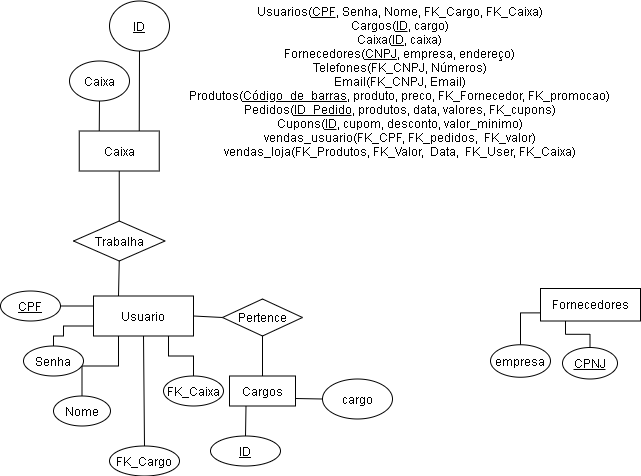
1NxT/Innovate-Market keeps this draw.io diagram as Innovate Market.png. Above is the earlier version. Source tidied: cells renumbered, new cells last; positions are measured from the earlier drawing's top-left corner, leaving out a move shared by most shapes.
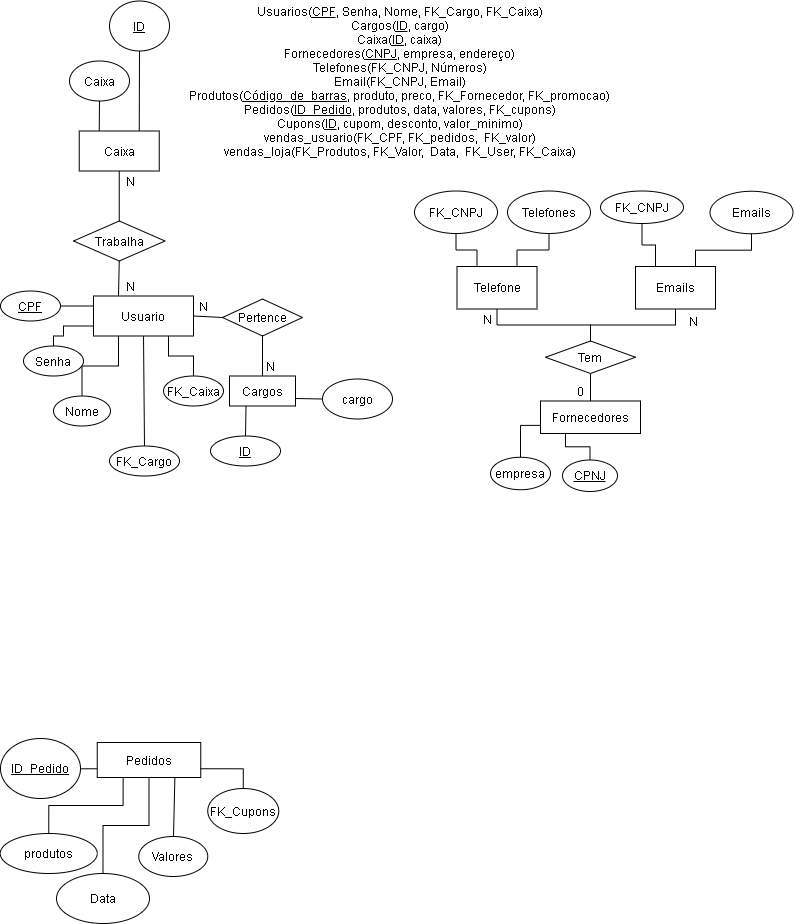
The same file after the commit.

Change to the diagram source:
```diff
@@ -97,19 +97,115 @@
       <mxGeometry x="109" y="0.5" width="60" height="50" as="geometry" />
     </mxCell>
     <mxCell id="30" value="Fornecedores" style="rounded=0;whiteSpace=wrap;html=1;sketch=0;" parent="1" vertex="1">
-      <mxGeometry x="540" y="288" width="100" height="32.5" as="geometry" />
+      <mxGeometry x="540" y="400.5" width="100" height="32.5" as="geometry" />
     </mxCell>
     <mxCell id="31" value="&lt;u&gt;CPNJ&lt;/u&gt;" style="ellipse;whiteSpace=wrap;html=1;rounded=0;sketch=0;" parent="1" vertex="1">
-      <mxGeometry x="562" y="347" width="55" height="31.5" as="geometry" />
+      <mxGeometry x="562" y="459.5" width="55" height="31.5" as="geometry" />
     </mxCell>
     <mxCell id="32" style="endArrow=none;html=1;exitX=0.25;exitY=1;exitDx=0;exitDy=0;entryX=0.5;entryY=0;entryDx=0;entryDy=0;edgeStyle=orthogonalEdgeStyle;rounded=0;" parent="1" edge="1" source="30" target="31">
       <mxGeometry relative="1" as="geometry" />
     </mxCell>
     <mxCell id="33" value="empresa" style="ellipse;whiteSpace=wrap;html=1;rounded=0;sketch=0;" parent="1" vertex="1">
-      <mxGeometry x="490" y="344.2" width="60" height="32.5" as="geometry" />
+      <mxGeometry x="490" y="456.8" width="60" height="32.5" as="geometry" />
     </mxCell>
     <mxCell id="34" style="endArrow=none;html=1;exitX=0.5;exitY=0;exitDx=0;exitDy=0;entryX=0;entryY=0.75;entryDx=0;entryDy=0;edgeStyle=orthogonalEdgeStyle;rounded=0;" parent="1" edge="1" source="33" target="30">
       <mxGeometry relative="1" as="geometry" />
     </mxCell>
+    <mxCell id="35" value="Tem" style="rhombus;whiteSpace=wrap;html=1;rounded=0;sketch=0;" parent="1" vertex="1">
+      <mxGeometry x="545" y="340.5" width="90" height="32.5" as="geometry" />
+    </mxCell>
+    <mxCell id="36" style="endArrow=none;html=1;exitX=0.5;exitY=0;exitDx=0;exitDy=0;entryX=0.5;entryY=1;entryDx=0;entryDy=0;edgeStyle=orthogonalEdgeStyle;rounded=0;" parent="1" edge="1" source="30" target="35">
+      <mxGeometry relative="1" as="geometry" />
+    </mxCell>
+    <mxCell id="37" value="Telefone" style="rounded=0;whiteSpace=wrap;html=1;sketch=0;" parent="1" vertex="1">
+      <mxGeometry x="456.5" y="266" width="80" height="42.5" as="geometry" />
+    </mxCell>
+    <mxCell id="38" style="endArrow=none;html=1;exitX=0.5;exitY=0;exitDx=0;exitDy=0;entryX=0.5;entryY=1;entryDx=0;entryDy=0;edgeStyle=orthogonalEdgeStyle;rounded=0;" parent="1" edge="1" source="35" target="37">
+      <mxGeometry relative="1" as="geometry" />
+    </mxCell>
+    <mxCell id="39" value="N" style="text;html=1;align=center;verticalAlign=middle;strokeColor=none;" parent="1" vertex="1">
+      <mxGeometry x="477" y="308.5" width="20" height="20" as="geometry" />
+    </mxCell>
+    <mxCell id="40" value="N" style="text;html=1;align=center;verticalAlign=middle;strokeColor=none;" parent="1" vertex="1">
+      <mxGeometry x="193" y="295.5" width="20" height="20" as="geometry" />
+    </mxCell>
+    <mxCell id="41" value="N" style="text;html=1;align=center;verticalAlign=middle;strokeColor=none;" parent="1" vertex="1">
+      <mxGeometry x="260" y="355.5" width="20" height="20" as="geometry" />
+    </mxCell>
+    <mxCell id="42" value="N" style="text;html=1;align=center;verticalAlign=middle;strokeColor=none;" parent="1" vertex="1">
+      <mxGeometry x="120" y="275.5" width="20" height="20" as="geometry" />
+    </mxCell>
+    <mxCell id="43" value="N" style="text;html=1;align=center;verticalAlign=middle;strokeColor=none;" parent="1" vertex="1">
+      <mxGeometry x="120" y="170.5" width="20" height="20" as="geometry" />
+    </mxCell>
+    <mxCell id="44" value="0" style="text;html=1;align=center;verticalAlign=middle;strokeColor=none;" parent="1" vertex="1">
+      <mxGeometry x="570" y="380.5" width="20" height="20" as="geometry" />
+    </mxCell>
+    <mxCell id="45" style="endArrow=none;html=1;exitX=0.25;exitY=0;exitDx=0;exitDy=0;edgeStyle=orthogonalEdgeStyle;rounded=0;entryX=0.5;entryY=1;entryDx=0;entryDy=0;" parent="1" edge="1" source="37" target="46">
+      <mxGeometry relative="1" as="geometry" />
+    </mxCell>
+    <mxCell id="46" value="FK_CNPJ" style="ellipse;whiteSpace=wrap;html=1;rounded=0;sketch=0;" parent="1" vertex="1">
+      <mxGeometry x="414" y="190.5" width="83" height="42.5" as="geometry" />
+    </mxCell>
+    <mxCell id="47" value="Telefones" style="ellipse;whiteSpace=wrap;html=1;rounded=0;sketch=0;" parent="1" vertex="1">
+      <mxGeometry x="507" y="190.5" width="83" height="42.5" as="geometry" />
+    </mxCell>
+    <mxCell id="48" style="endArrow=none;html=1;strokeColor=#000000;entryX=0.75;entryY=0;entryDx=0;entryDy=0;exitX=0.5;exitY=1;exitDx=0;exitDy=0;edgeStyle=orthogonalEdgeStyle;rounded=0;" parent="1" edge="1" source="47" target="37">
+      <mxGeometry relative="1" as="geometry" />
+    </mxCell>
+    <mxCell id="49" value="Emails" style="rounded=0;whiteSpace=wrap;html=1;sketch=0;" parent="1" vertex="1">
+      <mxGeometry x="635" y="266" width="80" height="42.5" as="geometry" />
+    </mxCell>
+    <mxCell id="50" style="endArrow=none;html=1;exitX=0.25;exitY=0;exitDx=0;exitDy=0;edgeStyle=orthogonalEdgeStyle;rounded=0;entryX=0.5;entryY=1;entryDx=0;entryDy=0;" parent="1" edge="1" source="49" target="51">
+      <mxGeometry relative="1" as="geometry" />
+    </mxCell>
+    <mxCell id="51" value="FK_CNPJ" style="ellipse;whiteSpace=wrap;html=1;rounded=0;sketch=0;" parent="1" vertex="1">
+      <mxGeometry x="600" y="190.5" width="83" height="32.5" as="geometry" />
+    </mxCell>
+    <mxCell id="52" value="Emails" style="ellipse;whiteSpace=wrap;html=1;rounded=0;sketch=0;" parent="1" vertex="1">
+      <mxGeometry x="709.5" y="190.8" width="83" height="42.5" as="geometry" />
+    </mxCell>
+    <mxCell id="53" style="endArrow=none;html=1;strokeColor=#000000;entryX=0.75;entryY=0;entryDx=0;entryDy=0;exitX=0.5;exitY=1;exitDx=0;exitDy=0;edgeStyle=orthogonalEdgeStyle;rounded=0;" parent="1" edge="1" source="52" target="49">
+      <mxGeometry relative="1" as="geometry" />
+    </mxCell>
+    <mxCell id="54" style="endArrow=none;html=1;strokeColor=#000000;exitX=0.5;exitY=0;exitDx=0;exitDy=0;entryX=0.5;entryY=1;entryDx=0;entryDy=0;edgeStyle=orthogonalEdgeStyle;rounded=0;" parent="1" edge="1" source="35" target="49">
+      <mxGeometry relative="1" as="geometry" />
+    </mxCell>
+    <mxCell id="55" value="N" style="text;html=1;align=center;verticalAlign=middle;strokeColor=none;" parent="1" vertex="1">
+      <mxGeometry x="683" y="310.5" width="20" height="20" as="geometry" />
+    </mxCell>
+    <mxCell id="56" value="Pedidos" style="rounded=0;whiteSpace=wrap;html=1;sketch=0;" parent="1" vertex="1">
+      <mxGeometry x="96.8" y="742" width="103.5" height="35" as="geometry" />
+    </mxCell>
+    <mxCell id="57" style="endArrow=none;html=1;strokeColor=#000000;exitX=0;exitY=0.75;exitDx=0;exitDy=0;edgeStyle=orthogonalEdgeStyle;rounded=0;entryX=1;entryY=0.5;entryDx=0;entryDy=0;" parent="1" edge="1" source="56" target="58">
+      <mxGeometry relative="1" as="geometry" />
+    </mxCell>
+    <mxCell id="58" value="&lt;u&gt;ID_Pedido&lt;/u&gt;" style="ellipse;whiteSpace=wrap;html=1;rounded=0;sketch=0;" parent="1" vertex="1">
+      <mxGeometry y="738" width="80" height="60" as="geometry" />
+    </mxCell>
+    <mxCell id="59" style="endArrow=none;html=1;strokeColor=#000000;exitX=0.25;exitY=1;exitDx=0;exitDy=0;edgeStyle=orthogonalEdgeStyle;rounded=0;" parent="1" edge="1" source="56" target="60">
+      <mxGeometry relative="1" as="geometry" />
+    </mxCell>
+    <mxCell id="60" value="produtos" style="ellipse;whiteSpace=wrap;html=1;rounded=0;sketch=0;" parent="1" vertex="1">
+      <mxGeometry x="-0.2" y="833" width="97" height="40" as="geometry" />
+    </mxCell>
+    <mxCell id="61" style="endArrow=none;html=1;strokeColor=#000000;exitX=0.5;exitY=1;exitDx=0;exitDy=0;edgeStyle=orthogonalEdgeStyle;rounded=0;" parent="1" edge="1" source="56" target="62">
+      <mxGeometry relative="1" as="geometry" />
+    </mxCell>
+    <mxCell id="62" value="Data" style="ellipse;whiteSpace=wrap;html=1;rounded=0;sketch=0;" parent="1" vertex="1">
+      <mxGeometry x="56" y="873" width="93" height="50" as="geometry" />
+    </mxCell>
+    <mxCell id="63" style="endArrow=none;html=1;strokeColor=#000000;exitX=0.75;exitY=1;exitDx=0;exitDy=0;" parent="1" edge="1" source="56" target="64">
+      <mxGeometry relative="1" as="geometry" />
+    </mxCell>
+    <mxCell id="64" value="Valores" style="ellipse;whiteSpace=wrap;html=1;rounded=0;sketch=0;" parent="1" vertex="1">
+      <mxGeometry x="138.2" y="836" width="69" height="40" as="geometry" />
+    </mxCell>
+    <mxCell id="65" style="endArrow=none;html=1;strokeColor=#000000;exitX=1;exitY=0.75;exitDx=0;exitDy=0;edgeStyle=orthogonalEdgeStyle;rounded=0;" parent="1" edge="1" source="56" target="66">
+      <mxGeometry relative="1" as="geometry" />
+    </mxCell>
+    <mxCell id="66" value="FK_Cupons" style="ellipse;whiteSpace=wrap;html=1;rounded=0;sketch=0;" parent="1" vertex="1">
+      <mxGeometry x="207.2" y="788" width="71" height="45" as="geometry" />
+    </mxCell>
   </root>
 </mxGraphModel>
```
